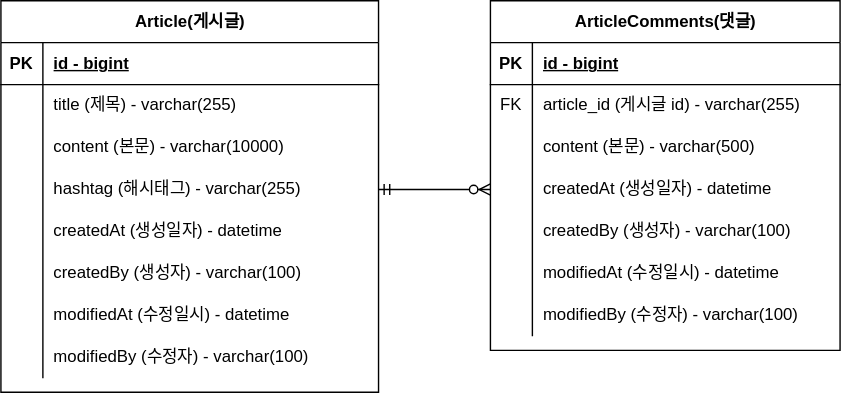
Earlier version of the draw.io export document/board-project-erd.svg (junyihong/board-project). Source tidied: cells renumbered, new cells last; positions are measured from the earlier drawing's top-left corner, leaving out a move shared by most shapes.
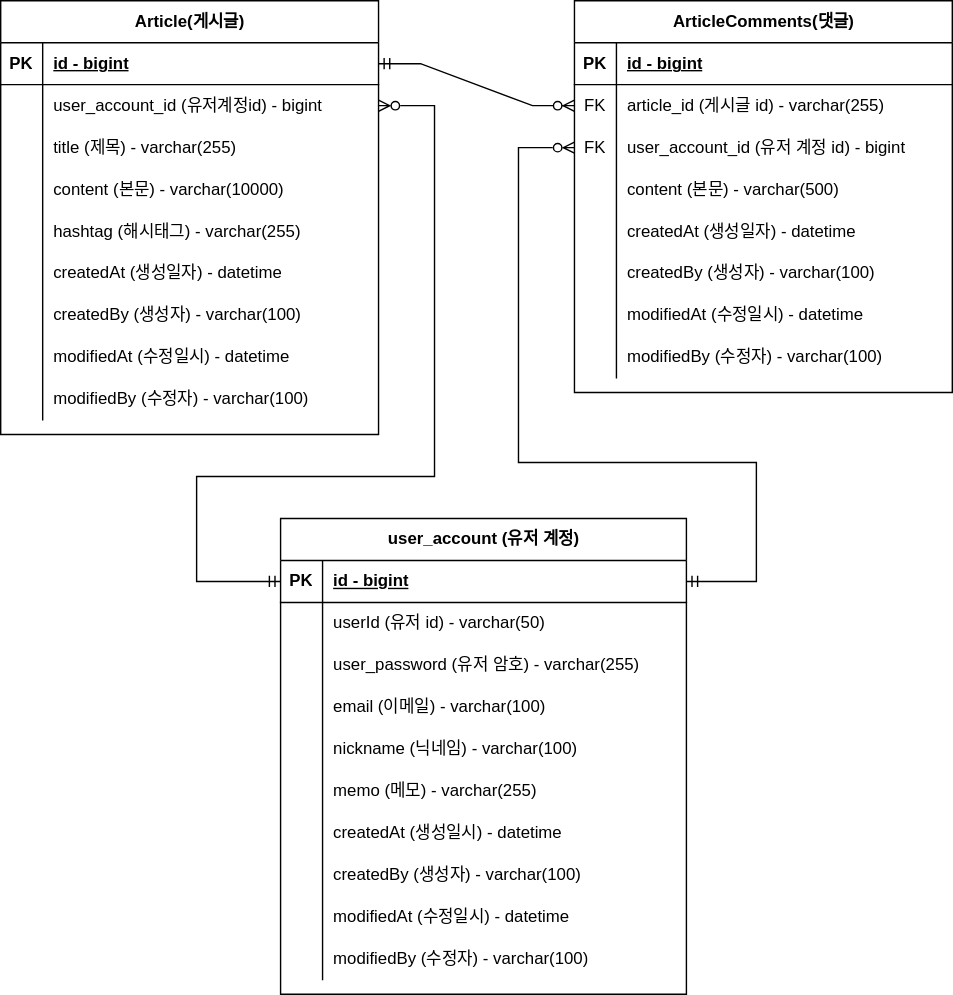
The same diagram one commit later.

Commit message:
board-project-erd.svg 유저계정 업데이트

Diff of the diagram source:
```diff
@@ -5,3 +5,3 @@
     <mxCell id="2" value="Article(게시글)" style="shape=table;startSize=30;rowLines=0;fontStyle=1;align=center;html=1;" parent="1" vertex="1">
-      <mxGeometry width="270" height="280" as="geometry" />
+      <mxGeometry x="-20" y="-90" width="270" height="310" as="geometry" />
     </mxCell>
@@ -22,7 +22,16 @@
     </mxCell>
-    <mxCell id="8" value="title (제목) - varchar(255)" style="shape=partialRectangle;fillColor=none;top=0;left=0;bottom=0;right=0;align=left;spacingLeft=6;overflow=hidden;whiteSpace=wrap;html=1;" parent="6" vertex="1">
+    <mxCell id="8" value="user_account_id (유저계정id) - bigint" style="shape=partialRectangle;fillColor=none;top=0;left=0;bottom=0;right=0;align=left;spacingLeft=6;overflow=hidden;whiteSpace=wrap;html=1;" parent="6" vertex="1">
       <mxGeometry x="30" width="240" height="30" as="geometry" />
     </mxCell>
+    <mxCell id="50" style="shape=tableRow;horizontal=0;startSize=0;swimlaneHead=0;swimlaneBody=0;fillColor=none;top=0;left=0;right=0;bottom=0;" parent="2" vertex="1">
+      <mxGeometry y="90" width="270" height="30" as="geometry" />
+    </mxCell>
+    <mxCell id="51" style="shape=partialRectangle;fillColor=none;top=0;left=0;bottom=0;right=0;overflow=hidden;whiteSpace=wrap;html=1;" parent="50" vertex="1">
+      <mxGeometry width="30" height="30" as="geometry" />
+    </mxCell>
+    <mxCell id="52" value="title (제목) - varchar(255)" style="shape=partialRectangle;fillColor=none;top=0;left=0;bottom=0;right=0;align=left;spacingLeft=6;overflow=hidden;whiteSpace=wrap;html=1;" parent="50" vertex="1">
+      <mxGeometry x="30" width="240" height="30" as="geometry" />
+    </mxCell>
     <mxCell id="9" style="shape=tableRow;horizontal=0;startSize=0;swimlaneHead=0;swimlaneBody=0;fillColor=none;top=0;left=0;right=0;bottom=0;" parent="2" vertex="1">
-      <mxGeometry y="90" width="270" height="30" as="geometry" />
+      <mxGeometry y="120" width="270" height="30" as="geometry" />
     </mxCell>
@@ -35,3 +44,3 @@
     <mxCell id="12" style="shape=tableRow;horizontal=0;startSize=0;swimlaneHead=0;swimlaneBody=0;fillColor=none;points=[[0,0.5],[1,0.5]];portConstraint=eastwest;top=0;left=0;right=0;bottom=0;" parent="2" vertex="1">
-      <mxGeometry y="120" width="270" height="30" as="geometry" />
+      <mxGeometry y="150" width="270" height="30" as="geometry" />
     </mxCell>
@@ -44,3 +53,3 @@
     <mxCell id="15" style="shape=tableRow;horizontal=0;startSize=0;swimlaneHead=0;swimlaneBody=0;fillColor=none;top=0;left=0;right=0;bottom=0;" parent="2" vertex="1">
-      <mxGeometry y="150" width="270" height="30" as="geometry" />
+      <mxGeometry y="180" width="270" height="30" as="geometry" />
     </mxCell>
@@ -53,3 +62,3 @@
     <mxCell id="18" style="shape=tableRow;horizontal=0;startSize=0;swimlaneHead=0;swimlaneBody=0;fillColor=none;top=0;left=0;right=0;bottom=0;" parent="2" vertex="1">
-      <mxGeometry y="180" width="270" height="30" as="geometry" />
+      <mxGeometry y="210" width="270" height="30" as="geometry" />
     </mxCell>
@@ -62,3 +71,3 @@
     <mxCell id="21" style="shape=tableRow;horizontal=0;startSize=0;swimlaneHead=0;swimlaneBody=0;fillColor=none;top=0;left=0;right=0;bottom=0;" parent="2" vertex="1">
-      <mxGeometry y="210" width="270" height="30" as="geometry" />
+      <mxGeometry y="240" width="270" height="30" as="geometry" />
     </mxCell>
@@ -71,3 +80,3 @@
     <mxCell id="24" style="shape=tableRow;horizontal=0;startSize=0;swimlaneHead=0;swimlaneBody=0;fillColor=none;top=0;left=0;right=0;bottom=0;" parent="2" vertex="1">
-      <mxGeometry y="240" width="270" height="30" as="geometry" />
+      <mxGeometry y="270" width="270" height="30" as="geometry" />
     </mxCell>
@@ -80,6 +89,6 @@
     <mxCell id="27" value="ArticleComments(댓글)" style="shape=table;startSize=30;rowLines=0;fontStyle=1;align=center;html=1;" parent="1" vertex="1">
-      <mxGeometry x="350" width="250" height="250" as="geometry" />
+      <mxGeometry x="390" y="-90" width="270" height="280" as="geometry" />
     </mxCell>
     <mxCell id="28" style="shape=tableRow;horizontal=0;startSize=0;swimlaneHead=0;swimlaneBody=0;fillColor=none;top=0;left=0;right=0;bottom=1;" parent="27" vertex="1">
-      <mxGeometry y="30" width="250" height="30" as="geometry" />
+      <mxGeometry y="30" width="270" height="30" as="geometry" />
     </mxCell>
@@ -89,6 +98,6 @@
     <mxCell id="30" value="id - bigint" style="shape=partialRectangle;fillColor=none;top=0;left=0;bottom=0;right=0;align=left;spacingLeft=6;fontStyle=5;overflow=hidden;whiteSpace=wrap;html=1;" parent="28" vertex="1">
-      <mxGeometry x="30" width="220" height="30" as="geometry" />
+      <mxGeometry x="30" width="240" height="30" as="geometry" />
     </mxCell>
     <mxCell id="31" style="shape=tableRow;horizontal=0;startSize=0;swimlaneHead=0;swimlaneBody=0;fillColor=none;points=[[0,0.5],[1,0.5]];portConstraint=eastwest;top=0;left=0;right=0;bottom=0;" parent="27" vertex="1">
-      <mxGeometry y="60" width="250" height="30" as="geometry" />
+      <mxGeometry y="60" width="270" height="30" as="geometry" />
     </mxCell>
@@ -98,6 +107,15 @@
     <mxCell id="33" value="article_id (게시글 id) - varchar(255)" style="shape=partialRectangle;fillColor=none;top=0;left=0;bottom=0;right=0;align=left;spacingLeft=6;overflow=hidden;whiteSpace=wrap;html=1;" parent="31" vertex="1">
-      <mxGeometry x="30" width="220" height="30" as="geometry" />
+      <mxGeometry x="30" width="240" height="30" as="geometry" />
     </mxCell>
+    <mxCell id="53" style="shape=tableRow;horizontal=0;startSize=0;swimlaneHead=0;swimlaneBody=0;fillColor=none;points=[[0,0.5],[1,0.5]];portConstraint=eastwest;top=0;left=0;right=0;bottom=0;" parent="27" vertex="1">
+      <mxGeometry y="90" width="270" height="30" as="geometry" />
+    </mxCell>
+    <mxCell id="54" value="FK" style="shape=partialRectangle;fillColor=none;top=0;left=0;bottom=0;right=0;overflow=hidden;whiteSpace=wrap;html=1;" parent="53" vertex="1">
+      <mxGeometry width="30" height="30" as="geometry" />
+    </mxCell>
+    <mxCell id="55" value="user_account_id (유저 계정 id) - bigint" style="shape=partialRectangle;fillColor=none;top=0;left=0;bottom=0;right=0;align=left;spacingLeft=6;overflow=hidden;whiteSpace=wrap;html=1;" parent="53" vertex="1">
+      <mxGeometry x="30" width="240" height="30" as="geometry" />
+    </mxCell>
     <mxCell id="34" style="shape=tableRow;horizontal=0;startSize=0;swimlaneHead=0;swimlaneBody=0;fillColor=none;top=0;left=0;right=0;bottom=0;" parent="27" vertex="1">
-      <mxGeometry y="90" width="250" height="30" as="geometry" />
+      <mxGeometry y="120" width="270" height="30" as="geometry" />
     </mxCell>
@@ -107,6 +125,6 @@
     <mxCell id="36" value="content (본문) - varchar(500)" style="shape=partialRectangle;fillColor=none;top=0;left=0;bottom=0;right=0;align=left;spacingLeft=6;overflow=hidden;whiteSpace=wrap;html=1;" parent="34" vertex="1">
-      <mxGeometry x="30" width="220" height="30" as="geometry" />
+      <mxGeometry x="30" width="240" height="30" as="geometry" />
     </mxCell>
     <mxCell id="37" style="shape=tableRow;horizontal=0;startSize=0;swimlaneHead=0;swimlaneBody=0;fillColor=none;points=[[0,0.5],[1,0.5]];portConstraint=eastwest;top=0;left=0;right=0;bottom=0;" parent="27" vertex="1">
-      <mxGeometry y="120" width="250" height="30" as="geometry" />
+      <mxGeometry y="150" width="270" height="30" as="geometry" />
     </mxCell>
@@ -116,6 +134,6 @@
     <mxCell id="39" value="createdAt (생성일자) - datetime" style="shape=partialRectangle;fillColor=none;top=0;left=0;bottom=0;right=0;align=left;spacingLeft=6;overflow=hidden;whiteSpace=wrap;html=1;" parent="37" vertex="1">
-      <mxGeometry x="30" width="220" height="30" as="geometry" />
+      <mxGeometry x="30" width="240" height="30" as="geometry" />
     </mxCell>
     <mxCell id="40" style="shape=tableRow;horizontal=0;startSize=0;swimlaneHead=0;swimlaneBody=0;fillColor=none;top=0;left=0;right=0;bottom=0;" parent="27" vertex="1">
-      <mxGeometry y="150" width="250" height="30" as="geometry" />
+      <mxGeometry y="180" width="270" height="30" as="geometry" />
     </mxCell>
@@ -125,6 +143,6 @@
     <mxCell id="42" value="createdBy (생성자) - varchar(100)" style="shape=partialRectangle;fillColor=none;top=0;left=0;bottom=0;right=0;align=left;spacingLeft=6;overflow=hidden;whiteSpace=wrap;html=1;" parent="40" vertex="1">
-      <mxGeometry x="30" width="220" height="30" as="geometry" />
+      <mxGeometry x="30" width="240" height="30" as="geometry" />
     </mxCell>
     <mxCell id="43" style="shape=tableRow;horizontal=0;startSize=0;swimlaneHead=0;swimlaneBody=0;fillColor=none;top=0;left=0;right=0;bottom=0;" parent="27" vertex="1">
-      <mxGeometry y="180" width="250" height="30" as="geometry" />
+      <mxGeometry y="210" width="270" height="30" as="geometry" />
     </mxCell>
@@ -134,6 +152,6 @@
     <mxCell id="45" value="modifiedAt (수정일시) - datetime" style="shape=partialRectangle;fillColor=none;top=0;left=0;bottom=0;right=0;align=left;spacingLeft=6;overflow=hidden;whiteSpace=wrap;html=1;" parent="43" vertex="1">
-      <mxGeometry x="30" width="220" height="30" as="geometry" />
+      <mxGeometry x="30" width="240" height="30" as="geometry" />
     </mxCell>
     <mxCell id="46" style="shape=tableRow;horizontal=0;startSize=0;swimlaneHead=0;swimlaneBody=0;fillColor=none;top=0;left=0;right=0;bottom=0;" parent="27" vertex="1">
-      <mxGeometry y="210" width="250" height="30" as="geometry" />
+      <mxGeometry y="240" width="270" height="30" as="geometry" />
     </mxCell>
@@ -143,7 +161,121 @@
     <mxCell id="48" value="modifiedBy (수정자) - varchar(100)" style="shape=partialRectangle;fillColor=none;top=0;left=0;bottom=0;right=0;align=left;spacingLeft=6;overflow=hidden;whiteSpace=wrap;html=1;" parent="46" vertex="1">
-      <mxGeometry x="30" width="220" height="30" as="geometry" />
+      <mxGeometry x="30" width="240" height="30" as="geometry" />
     </mxCell>
-    <mxCell id="49" style="edgeStyle=entityRelationEdgeStyle;fontSize=12;html=1;endArrow=ERzeroToMany;startArrow=ERmandOne;rounded=0;exitX=1;exitY=0.5;exitDx=0;exitDy=0;entryX=0;entryY=0.5;entryDx=0;entryDy=0;" parent="1" edge="1" source="12" target="37">
+    <mxCell id="49" style="edgeStyle=entityRelationEdgeStyle;fontSize=12;html=1;endArrow=ERzeroToMany;startArrow=ERmandOne;rounded=0;exitX=1;exitY=0.5;exitDx=0;exitDy=0;entryX=0;entryY=0.5;entryDx=0;entryDy=0;" parent="1" edge="1" source="3" target="31">
       <mxGeometry relative="1" as="geometry" />
     </mxCell>
+    <mxCell id="56" value="user_account (유저 계정)" style="shape=table;startSize=30;rowLines=0;fontStyle=1;align=center;html=1;" parent="1" vertex="1">
+      <mxGeometry x="180" y="280" width="290" height="340" as="geometry" />
+    </mxCell>
+    <mxCell id="57" style="shape=tableRow;horizontal=0;startSize=0;swimlaneHead=0;swimlaneBody=0;fillColor=none;points=[[0,0.5],[1,0.5]];portConstraint=eastwest;top=0;left=0;right=0;bottom=1;" parent="56" vertex="1">
+      <mxGeometry y="30" width="290" height="30" as="geometry" />
+    </mxCell>
+    <mxCell id="58" value="PK" style="shape=partialRectangle;fillColor=none;top=0;left=0;bottom=0;right=0;fontStyle=1;overflow=hidden;whiteSpace=wrap;html=1;" parent="57" vertex="1">
+      <mxGeometry width="30" height="30" as="geometry" />
+    </mxCell>
+    <mxCell id="59" value="id - bigint" style="shape=partialRectangle;fillColor=none;top=0;left=0;bottom=0;right=0;align=left;spacingLeft=6;fontStyle=5;overflow=hidden;whiteSpace=wrap;html=1;" parent="57" vertex="1">
+      <mxGeometry x="30" width="260" height="30" as="geometry" />
+    </mxCell>
+    <mxCell id="60" style="shape=tableRow;horizontal=0;startSize=0;swimlaneHead=0;swimlaneBody=0;fillColor=none;top=0;left=0;right=0;bottom=0;" parent="56" vertex="1">
+      <mxGeometry y="60" width="290" height="30" as="geometry" />
+    </mxCell>
+    <mxCell id="61" style="shape=partialRectangle;fillColor=none;top=0;left=0;bottom=0;right=0;overflow=hidden;whiteSpace=wrap;html=1;" parent="60" vertex="1">
+      <mxGeometry width="30" height="30" as="geometry" />
+    </mxCell>
+    <mxCell id="62" value="userId (유저 id) - varchar(50)" style="shape=partialRectangle;fillColor=none;top=0;left=0;bottom=0;right=0;align=left;spacingLeft=6;overflow=hidden;whiteSpace=wrap;html=1;" parent="60" vertex="1">
+      <mxGeometry x="30" width="260" height="30" as="geometry" />
+    </mxCell>
+    <mxCell id="63" style="shape=tableRow;horizontal=0;startSize=0;swimlaneHead=0;swimlaneBody=0;fillColor=none;top=0;left=0;right=0;bottom=0;" parent="56" vertex="1">
+      <mxGeometry y="90" width="290" height="30" as="geometry" />
+    </mxCell>
+    <mxCell id="64" style="shape=partialRectangle;fillColor=none;top=0;left=0;bottom=0;right=0;overflow=hidden;whiteSpace=wrap;html=1;" parent="63" vertex="1">
+      <mxGeometry width="30" height="30" as="geometry" />
+    </mxCell>
+    <mxCell id="65" value="user_password (유저 암호) - varchar(255)" style="shape=partialRectangle;fillColor=none;top=0;left=0;bottom=0;right=0;align=left;spacingLeft=6;overflow=hidden;whiteSpace=wrap;html=1;" parent="63" vertex="1">
+      <mxGeometry x="30" width="260" height="30" as="geometry" />
+    </mxCell>
+    <mxCell id="66" style="shape=tableRow;horizontal=0;startSize=0;swimlaneHead=0;swimlaneBody=0;fillColor=none;top=0;left=0;right=0;bottom=0;" parent="56" vertex="1">
+      <mxGeometry y="120" width="290" height="30" as="geometry" />
+    </mxCell>
+    <mxCell id="67" style="shape=partialRectangle;fillColor=none;top=0;left=0;bottom=0;right=0;overflow=hidden;whiteSpace=wrap;html=1;" parent="66" vertex="1">
+      <mxGeometry width="30" height="30" as="geometry" />
+    </mxCell>
+    <mxCell id="68" value="email (이메일) - varchar(100)" style="shape=partialRectangle;fillColor=none;top=0;left=0;bottom=0;right=0;align=left;spacingLeft=6;overflow=hidden;whiteSpace=wrap;html=1;" parent="66" vertex="1">
+      <mxGeometry x="30" width="260" height="30" as="geometry" />
+    </mxCell>
+    <mxCell id="69" style="shape=tableRow;horizontal=0;startSize=0;swimlaneHead=0;swimlaneBody=0;fillColor=none;top=0;left=0;right=0;bottom=0;" parent="56" vertex="1">
+      <mxGeometry y="150" width="290" height="30" as="geometry" />
+    </mxCell>
+    <mxCell id="70" style="shape=partialRectangle;fillColor=none;top=0;left=0;bottom=0;right=0;overflow=hidden;whiteSpace=wrap;html=1;" parent="69" vertex="1">
+      <mxGeometry width="30" height="30" as="geometry" />
+    </mxCell>
+    <mxCell id="71" value="nickname (닉네임) - varchar(100)" style="shape=partialRectangle;fillColor=none;top=0;left=0;bottom=0;right=0;align=left;spacingLeft=6;overflow=hidden;whiteSpace=wrap;html=1;" parent="69" vertex="1">
+      <mxGeometry x="30" width="260" height="30" as="geometry" />
+    </mxCell>
+    <mxCell id="72" style="shape=tableRow;horizontal=0;startSize=0;swimlaneHead=0;swimlaneBody=0;fillColor=none;top=0;left=0;right=0;bottom=0;" parent="56" vertex="1">
+      <mxGeometry y="180" width="290" height="30" as="geometry" />
+    </mxCell>
+    <mxCell id="73" style="shape=partialRectangle;fillColor=none;top=0;left=0;bottom=0;right=0;overflow=hidden;whiteSpace=wrap;html=1;" parent="72" vertex="1">
+      <mxGeometry width="30" height="30" as="geometry" />
+    </mxCell>
+    <mxCell id="74" value="memo (메모) - varchar(255)" style="shape=partialRectangle;fillColor=none;top=0;left=0;bottom=0;right=0;align=left;spacingLeft=6;overflow=hidden;whiteSpace=wrap;html=1;" parent="72" vertex="1">
+      <mxGeometry x="30" width="260" height="30" as="geometry" />
+    </mxCell>
+    <mxCell id="75" style="shape=tableRow;horizontal=0;startSize=0;swimlaneHead=0;swimlaneBody=0;fillColor=none;top=0;left=0;right=0;bottom=0;" parent="56" vertex="1">
+      <mxGeometry y="210" width="290" height="30" as="geometry" />
+    </mxCell>
+    <mxCell id="76" style="shape=partialRectangle;fillColor=none;top=0;left=0;bottom=0;right=0;overflow=hidden;whiteSpace=wrap;html=1;" parent="75" vertex="1">
+      <mxGeometry width="30" height="30" as="geometry" />
+    </mxCell>
+    <mxCell id="77" value="createdAt (생성일시) - datetime" style="shape=partialRectangle;fillColor=none;top=0;left=0;bottom=0;right=0;align=left;spacingLeft=6;overflow=hidden;whiteSpace=wrap;html=1;" parent="75" vertex="1">
+      <mxGeometry x="30" width="260" height="30" as="geometry" />
+    </mxCell>
+    <mxCell id="78" style="shape=tableRow;horizontal=0;startSize=0;swimlaneHead=0;swimlaneBody=0;fillColor=none;top=0;left=0;right=0;bottom=0;" parent="56" vertex="1">
+      <mxGeometry y="240" width="290" height="30" as="geometry" />
+    </mxCell>
+    <mxCell id="79" style="shape=partialRectangle;fillColor=none;top=0;left=0;bottom=0;right=0;overflow=hidden;whiteSpace=wrap;html=1;" parent="78" vertex="1">
+      <mxGeometry width="30" height="30" as="geometry" />
+    </mxCell>
+    <mxCell id="80" value="createdBy (생성자) - varchar(100)" style="shape=partialRectangle;fillColor=none;top=0;left=0;bottom=0;right=0;align=left;spacingLeft=6;overflow=hidden;whiteSpace=wrap;html=1;" parent="78" vertex="1">
+      <mxGeometry x="30" width="260" height="30" as="geometry" />
+    </mxCell>
+    <mxCell id="81" style="shape=tableRow;horizontal=0;startSize=0;swimlaneHead=0;swimlaneBody=0;fillColor=none;top=0;left=0;right=0;bottom=0;" parent="56" vertex="1">
+      <mxGeometry y="270" width="290" height="30" as="geometry" />
+    </mxCell>
+    <mxCell id="82" style="shape=partialRectangle;fillColor=none;top=0;left=0;bottom=0;right=0;overflow=hidden;whiteSpace=wrap;html=1;" parent="81" vertex="1">
+      <mxGeometry width="30" height="30" as="geometry" />
+    </mxCell>
+    <mxCell id="83" value="modifiedAt (수정일시) - datetime" style="shape=partialRectangle;fillColor=none;top=0;left=0;bottom=0;right=0;align=left;spacingLeft=6;overflow=hidden;whiteSpace=wrap;html=1;" parent="81" vertex="1">
+      <mxGeometry x="30" width="260" height="30" as="geometry" />
+    </mxCell>
+    <mxCell id="84" style="shape=tableRow;horizontal=0;startSize=0;swimlaneHead=0;swimlaneBody=0;fillColor=none;top=0;left=0;right=0;bottom=0;" parent="56" vertex="1">
+      <mxGeometry y="300" width="290" height="30" as="geometry" />
+    </mxCell>
+    <mxCell id="85" style="shape=partialRectangle;fillColor=none;top=0;left=0;bottom=0;right=0;overflow=hidden;whiteSpace=wrap;html=1;" parent="84" vertex="1">
+      <mxGeometry width="30" height="30" as="geometry" />
+    </mxCell>
+    <mxCell id="86" value="modifiedBy (수정자) - varchar(100)" style="shape=partialRectangle;fillColor=none;top=0;left=0;bottom=0;right=0;align=left;spacingLeft=6;overflow=hidden;whiteSpace=wrap;html=1;" parent="84" vertex="1">
+      <mxGeometry x="30" width="260" height="30" as="geometry" />
+    </mxCell>
+    <mxCell id="87" style="endArrow=ERzeroToMany;html=1;rounded=0;exitX=0;exitY=0.5;exitDx=0;exitDy=0;entryX=1;entryY=0.5;entryDx=0;entryDy=0;endFill=0;startArrow=ERmandOne;startFill=0;" parent="1" edge="1" source="57" target="6">
+      <mxGeometry relative="1" as="geometry">
+        <Array as="points">
+          <mxPoint x="120" y="325" />
+          <mxPoint x="120" y="250" />
+          <mxPoint x="290" y="250" />
+          <mxPoint x="290" y="-15" />
+        </Array>
+      </mxGeometry>
+    </mxCell>
+    <mxCell id="88" style="endArrow=ERzeroToMany;html=1;rounded=0;exitX=1;exitY=0.5;exitDx=0;exitDy=0;entryX=0;entryY=0.5;entryDx=0;entryDy=0;endFill=0;startArrow=ERmandOne;startFill=0;" parent="1" edge="1" source="57" target="53">
+      <mxGeometry relative="1" as="geometry">
+        <Array as="points">
+          <mxPoint x="520" y="325" />
+          <mxPoint x="520" y="240" />
+          <mxPoint x="350" y="240" />
+          <mxPoint x="350" y="180" />
+          <mxPoint x="350" y="15" />
+        </Array>
+      </mxGeometry>
+    </mxCell>
   </root>
```
